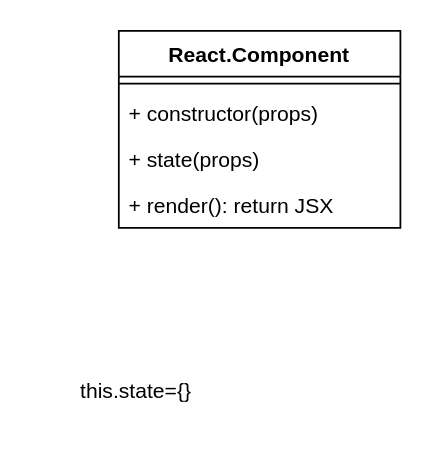
Earlier version of the draw.io diagram page "05 - stateful component" (5 of 8) of Diagram.drawio (f2xiao/learn-react). Source tidied: cells renumbered, new cells numbered last; positions are measured from the earlier drawing's top-left corner, leaving out a move shared by most shapes. Both pictures are drawn from the tidied source at 176%, with x=0, y=0 at pixel (30, 30).
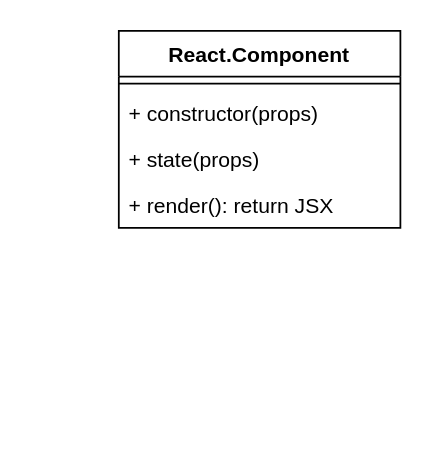
The same page after the edit.

The edit, as a diff of the source:
```diff
@@
 <mxGraphModel>
   <root>
     <mxCell id="0" />
     <mxCell id="1" parent="0" />
     <mxCell id="2" value="React.Component" style="swimlane;fontStyle=1;align=center;verticalAlign=top;horizontal=1;startSize=26;" parent="1" vertex="1">
       <mxGeometry x="50" width="160" height="112" as="geometry" />
     </mxCell>
     <mxCell id="3" style="line;strokeWidth=1;fillColor=none;align=left;verticalAlign=middle;spacingTop=-1;spacingLeft=3;spacingRight=3;labelPosition=right;" parent="2" vertex="1">
       <mxGeometry y="26" width="160" height="8" as="geometry" />
     </mxCell>
     <mxCell id="4" value="+ constructor(props)" style="text;strokeColor=none;fillColor=none;align=left;verticalAlign=top;spacingLeft=4;spacingRight=4;overflow=hidden;" parent="2" vertex="1">
       <mxGeometry y="34" width="160" height="26" as="geometry" />
     </mxCell>
     <mxCell id="5" value="+ state(props)" style="text;strokeColor=none;fillColor=none;align=left;verticalAlign=top;spacingLeft=4;spacingRight=4;overflow=hidden;" parent="2" vertex="1">
       <mxGeometry y="60" width="160" height="26" as="geometry" />
     </mxCell>
     <mxCell id="6" value="+ render(): return JSX&#10;" style="text;strokeColor=none;fillColor=none;align=left;verticalAlign=top;spacingLeft=4;spacingRight=4;overflow=hidden;" parent="2" vertex="1">
       <mxGeometry y="86" width="160" height="26" as="geometry" />
     </mxCell>
-    <mxCell id="7" value="this.state={}" style="text;html=1;strokeColor=none;fillColor=none;align=center;verticalAlign=middle;whiteSpace=wrap;rounded=0;" parent="1" vertex="1">
-      <mxGeometry y="190" width="120" height="30" as="geometry" />
-    </mxCell>
   </root>
 </mxGraphModel>
```
